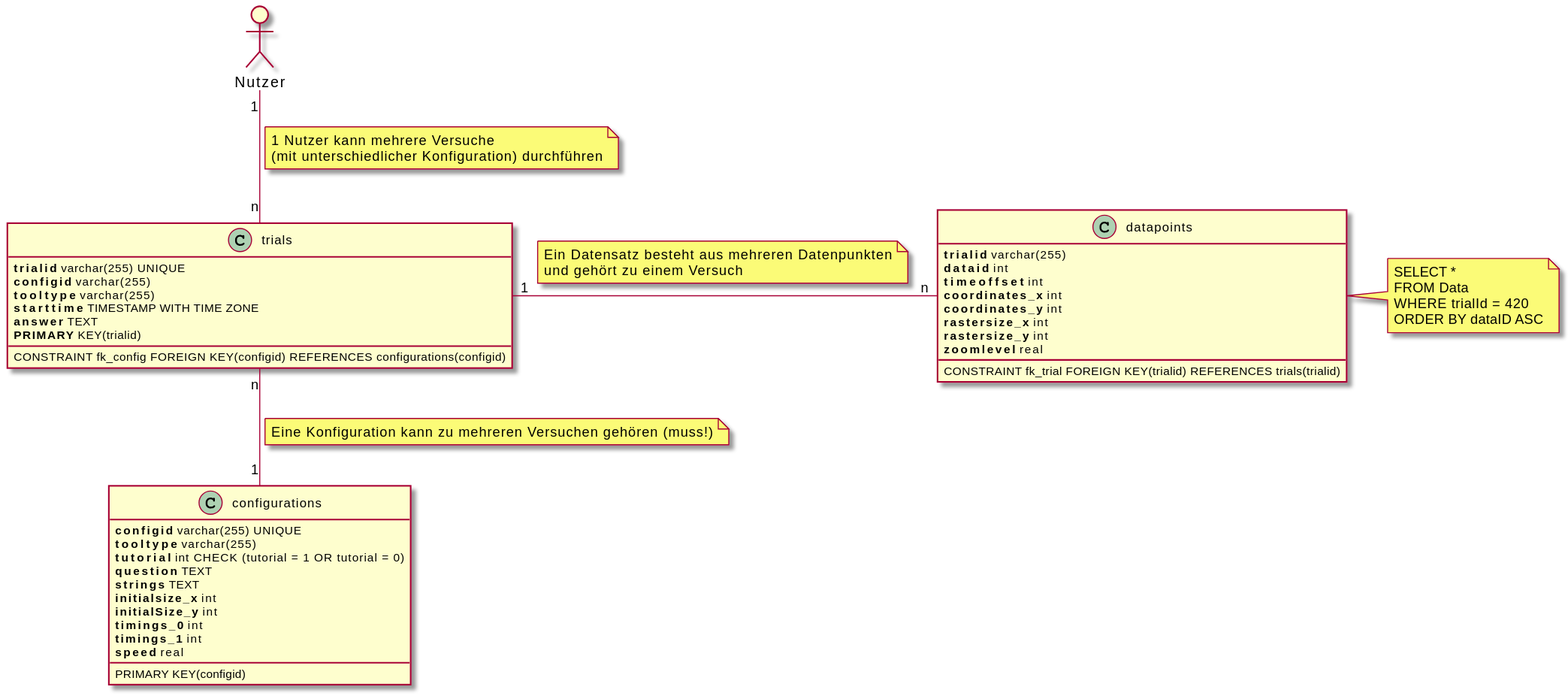
Before: uml-class/sonstige/database.svg, a diagram exported from PlantUML (weichware-10/dokumente).
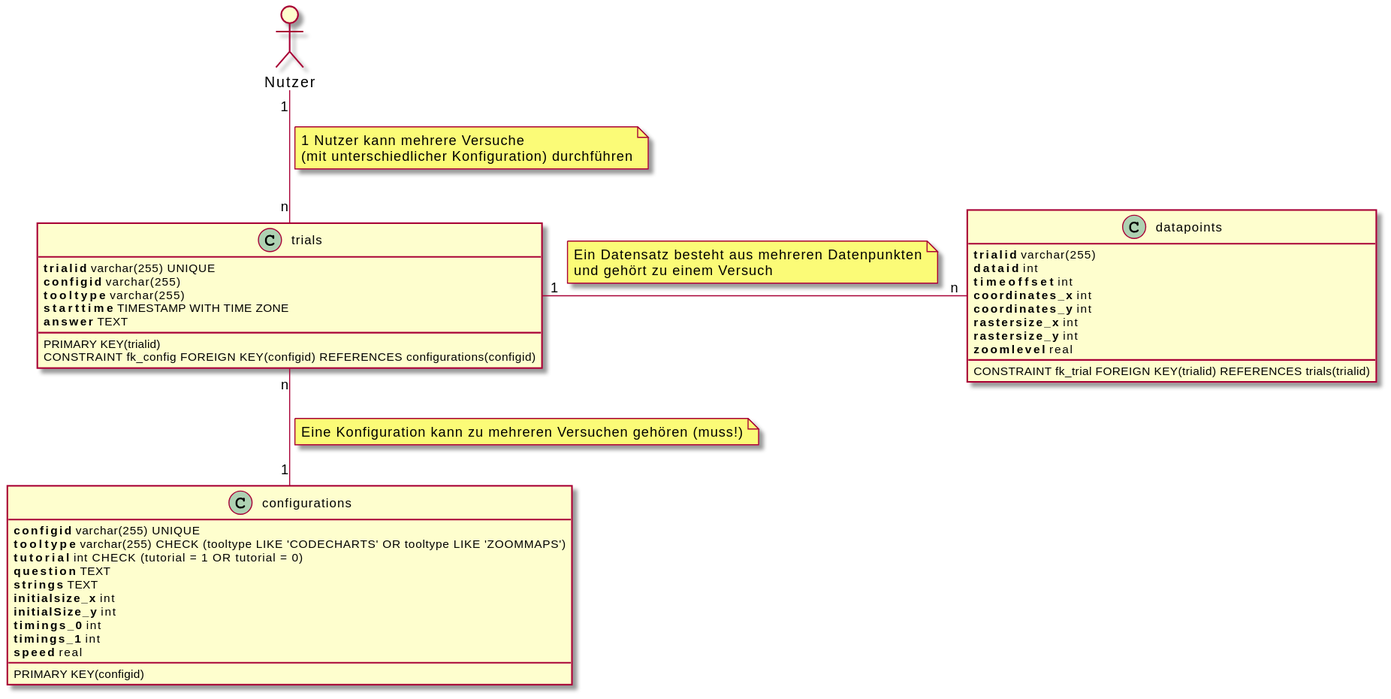
After the commit.

Commit message:
[chore] rendered SVGs

What changed in the source:
```diff
@@ -5,7 +5,7 @@
 
 class "configurations" as c {
     **configid** varchar(255) UNIQUE
-    **tooltype** varchar(255)
+    **tooltype** varchar(255) CHECK (tooltype LIKE 'CODECHARTS' OR tooltype LIKE 'ZOOMMAPS')
     **tutorial** int CHECK (tutorial = 1 OR tutorial = 0)
     **question** TEXT
     **strings** TEXT
@@ -24,8 +24,8 @@
     **tooltype** varchar(255)
     **starttime** TIMESTAMP WITH TIME ZONE
     **answer** TEXT
-    **PRIMARY** KEY(trialid)
     __
+    PRIMARY KEY(trialid)
     CONSTRAINT fk_config FOREIGN KEY(configid) REFERENCES configurations(configid)
 }
 
@@ -56,11 +56,4 @@
 note on link
     Eine Konfiguration kann zu mehreren Versuchen gehören (muss!)
 end note
-
-note right of d
-    SELECT *
-    FROM Data
-    WHERE trialId = 420
-    ORDER BY dataID ASC
-end note
 @enduml
```
